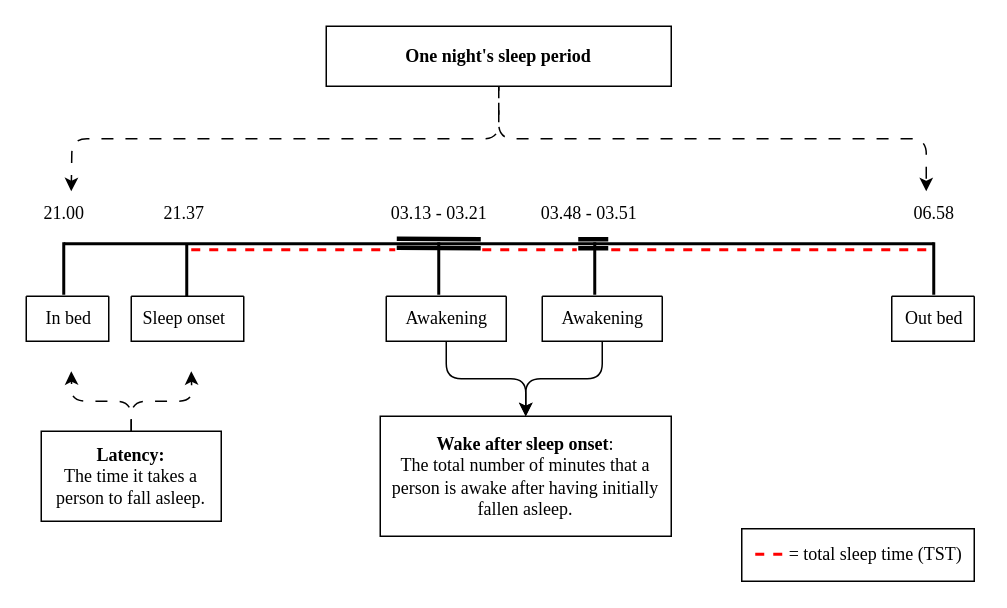
This is Plots/Nightperiod.drawio from laurateilmann/Bachelor, a draw.io file, before an edit. Source tidied: cells renumbered, new cells numbered last; positions are measured from the earlier drawing's top-left corner, leaving out a move shared by most shapes. Both pictures are drawn from the tidied source at 150%, with x=0, y=0 at pixel (26, 26).
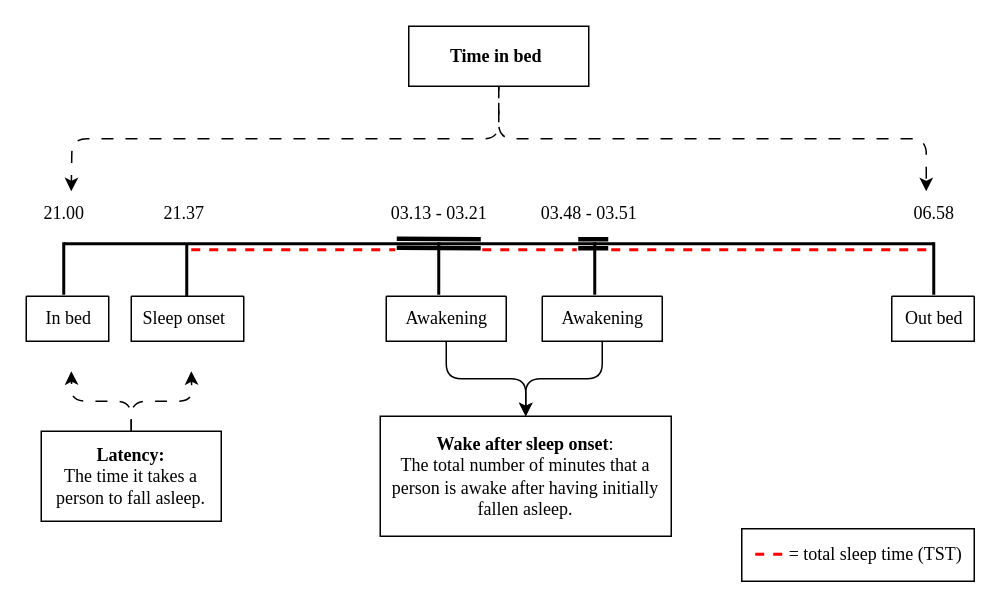
The same diagram, later.

The edit, as a diff of the source:
```diff
@@
-    <mxCell id="5" value="&lt;font face=&quot;Times New Roman&quot;&gt;&lt;b&gt;One night's sleep period&lt;/b&gt;&lt;/font&gt;" style="rounded=0;whiteSpace=wrap;html=1;" parent="1" vertex="1">
-      <mxGeometry x="200" width="230" height="40" as="geometry" />
+    <mxCell id="5" value="&lt;font face=&quot;Times New Roman&quot;&gt;&lt;b&gt;Time in bed&amp;nbsp;&lt;/b&gt;&lt;/font&gt;" style="rounded=0;whiteSpace=wrap;html=1;" parent="1" vertex="1">
+      <mxGeometry x="255" width="120" height="40" as="geometry" />
     </mxCell>
```
